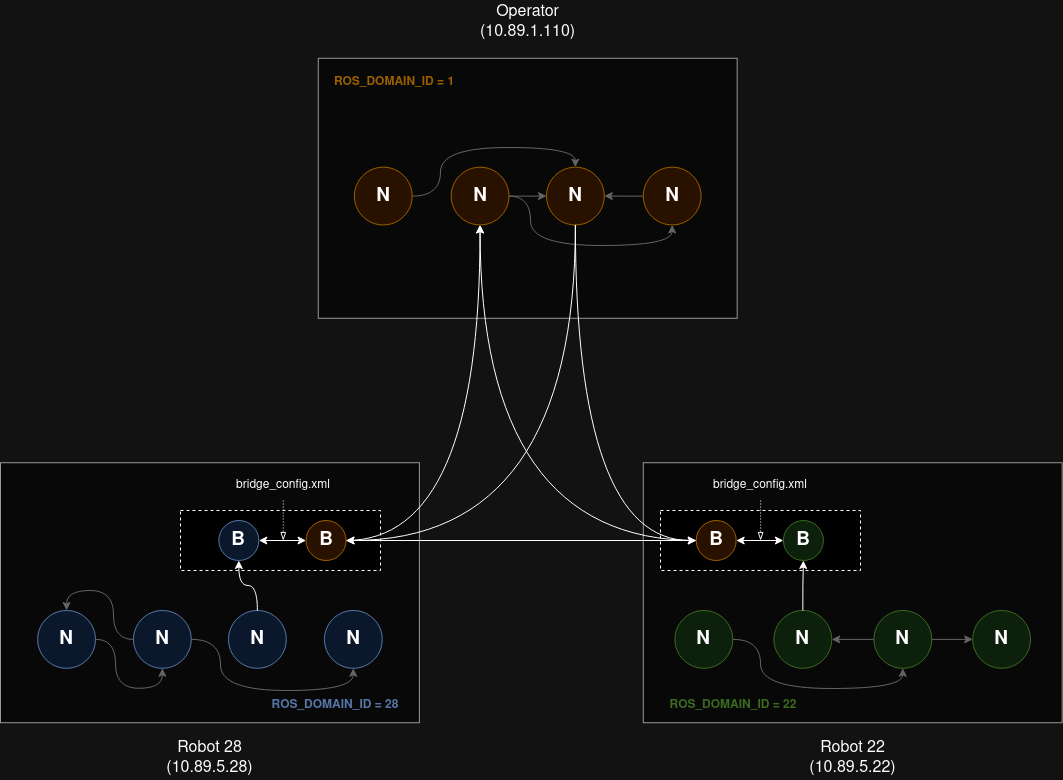
Earlier version of the draw.io export docs/img/architectures/domain_id_architecture.png (imt-mobisyst/pkg-multibot). Source tidied: cells renumbered, new cells last; positions are measured from the earlier drawing's top-left corner, leaving out a move shared by most shapes.
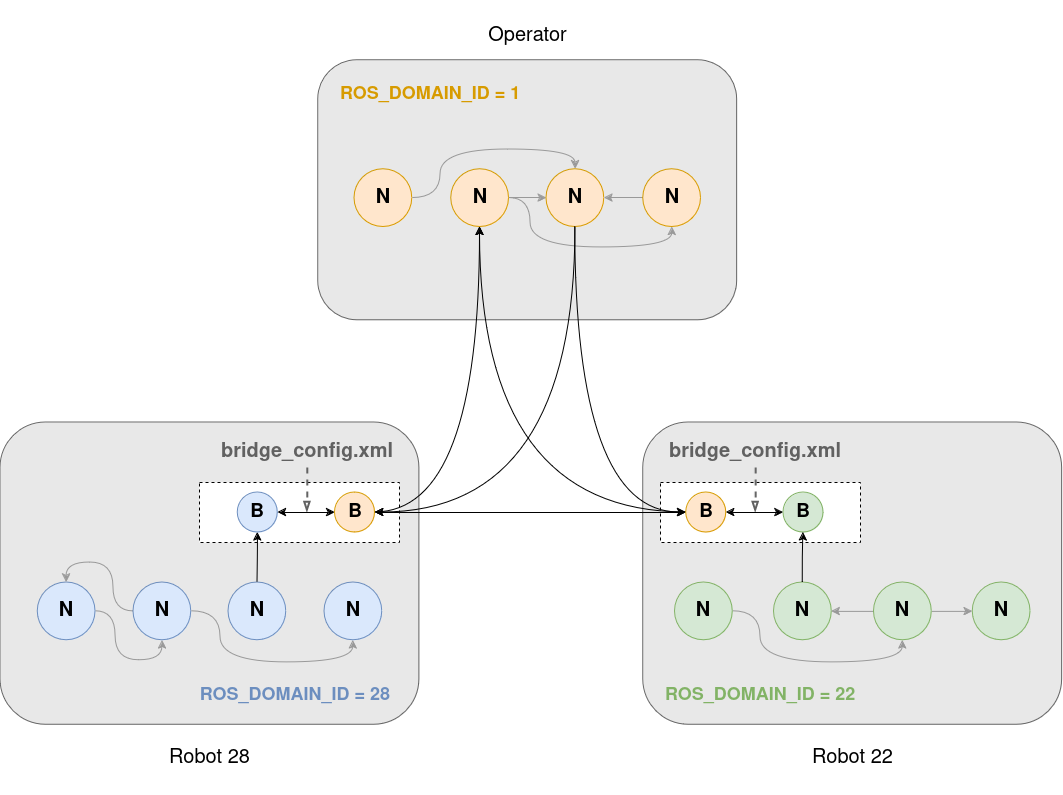
After the commit.

The edit, as a diff of the source:
```diff
@@ -2,16 +2,16 @@
   <root>
     <mxCell id="0" />
     <mxCell id="1" parent="0" />
-    <mxCell id="2" style="rounded=0;whiteSpace=wrap;html=1;fillColor=#f5f5f5;fontColor=#333333;strokeColor=#666666;" parent="1" vertex="1">
+    <mxCell id="2" style="rounded=1;whiteSpace=wrap;html=1;fillColor=#E8E8E8;fontColor=#333333;strokeColor=#666666;" parent="1" vertex="1">
       <mxGeometry x="317.8" y="57.8" width="418.9" height="260" as="geometry" />
     </mxCell>
-    <mxCell id="3" style="rounded=0;whiteSpace=wrap;html=1;fillColor=#f5f5f5;fontColor=#333333;strokeColor=#666666;" parent="1" vertex="1">
-      <mxGeometry y="462.2" width="418.9" height="260" as="geometry" />
+    <mxCell id="3" style="rounded=1;whiteSpace=wrap;html=1;fillColor=#E8E8E8;fontColor=#333333;strokeColor=#666666;" parent="1" vertex="1">
+      <mxGeometry y="420" width="418.9" height="302.2" as="geometry" />
     </mxCell>
-    <mxCell id="4" value="Robot 28 (10.89.5.28)" style="text;html=1;align=center;verticalAlign=middle;whiteSpace=wrap;rounded=0;fontSize=16;" parent="1" vertex="1">
-      <mxGeometry x="166.1" y="736.7" width="86.7" height="43.3" as="geometry" />
+    <mxCell id="4" value="&lt;div style=&quot;font-size: 20px;&quot;&gt;Robot 28&lt;/div&gt;&lt;div style=&quot;font-size: 20px;&quot;&gt;&lt;br style=&quot;font-size: 20px;&quot;&gt;&lt;/div&gt;" style="text;html=1;align=center;verticalAlign=middle;whiteSpace=wrap;rounded=0;fontSize=20;" parent="1" vertex="1">
+      <mxGeometry x="166.1" y="746.7" width="86.7" height="43.3" as="geometry" />
     </mxCell>
-    <mxCell id="5" value="&lt;div style=&quot;font-size: 16px;&quot;&gt;Operator&lt;/div&gt;&lt;div style=&quot;font-size: 16px;&quot;&gt;(10.89.1.110)&lt;br style=&quot;font-size: 16px;&quot;&gt;&lt;/div&gt;" style="text;html=1;align=center;verticalAlign=middle;whiteSpace=wrap;rounded=0;fontSize=16;" parent="1" vertex="1">
+    <mxCell id="5" value="&lt;div style=&quot;font-size: 20px;&quot;&gt;&lt;br style=&quot;font-size: 20px;&quot;&gt;&lt;/div&gt;&lt;div style=&quot;font-size: 20px;&quot;&gt;Operator&lt;/div&gt;" style="text;html=1;align=center;verticalAlign=middle;whiteSpace=wrap;rounded=0;fontSize=20;" parent="1" vertex="1">
       <mxGeometry x="483.9" width="86.7" height="43.3" as="geometry" />
     </mxCell>
     <mxCell id="6" style="edgeStyle=orthogonalEdgeStyle;rounded=0;jettySize=auto;html=1;entryX=0.5;entryY=0;entryDx=0;entryDy=0;curved=1;strokeColor=#999999;" parent="1" edge="1" source="7" target="11">
@@ -23,7 +23,7 @@
         </Array>
       </mxGeometry>
     </mxCell>
-    <mxCell id="7" value="N" style="ellipse;whiteSpace=wrap;html=1;fillColor=#ffe6cc;strokeColor=#d79b00;fontStyle=1;fontSize=19;" parent="1" vertex="1">
+    <mxCell id="7" value="N" style="ellipse;whiteSpace=wrap;html=1;fillColor=#ffe6cc;strokeColor=#d79b00;fontStyle=1;fontSize=20;" parent="1" vertex="1">
       <mxGeometry x="353.9" y="166.7" width="57.8" height="57.8" as="geometry" />
     </mxCell>
     <mxCell id="8" style="edgeStyle=orthogonalEdgeStyle;rounded=0;jettySize=auto;html=1;entryX=0;entryY=0.5;entryDx=0;entryDy=0;strokeColor=#999999;" parent="1" edge="1" source="10" target="11">
@@ -38,23 +38,23 @@
         </Array>
       </mxGeometry>
     </mxCell>
-    <mxCell id="10" value="N" style="ellipse;whiteSpace=wrap;html=1;fillColor=#ffe6cc;strokeColor=#d79b00;fontStyle=1;fontSize=19;" parent="1" vertex="1">
+    <mxCell id="10" value="N" style="ellipse;whiteSpace=wrap;html=1;fillColor=#ffe6cc;strokeColor=#d79b00;fontStyle=1;fontSize=20;" parent="1" vertex="1">
       <mxGeometry x="450.7" y="166.7" width="57.8" height="57.8" as="geometry" />
     </mxCell>
-    <mxCell id="11" value="N" style="ellipse;whiteSpace=wrap;html=1;fillColor=#ffe6cc;strokeColor=#d79b00;fontStyle=1;fontSize=19;" parent="1" vertex="1">
+    <mxCell id="11" value="N" style="ellipse;whiteSpace=wrap;html=1;fillColor=#ffe6cc;strokeColor=#d79b00;fontStyle=1;fontSize=20;" parent="1" vertex="1">
       <mxGeometry x="546" y="166.7" width="57.8" height="57.8" as="geometry" />
     </mxCell>
     <mxCell id="12" style="edgeStyle=orthogonalEdgeStyle;rounded=0;jettySize=auto;html=1;entryX=1;entryY=0.5;entryDx=0;entryDy=0;strokeColor=#999999;" parent="1" edge="1" source="13" target="11">
       <mxGeometry relative="1" as="geometry" />
     </mxCell>
-    <mxCell id="13" value="N" style="ellipse;whiteSpace=wrap;html=1;fillColor=#ffe6cc;strokeColor=#d79b00;fontStyle=1;fontSize=19;" parent="1" vertex="1">
+    <mxCell id="13" value="N" style="ellipse;whiteSpace=wrap;html=1;fillColor=#ffe6cc;strokeColor=#d79b00;fontStyle=1;fontSize=20;" parent="1" vertex="1">
       <mxGeometry x="642.8" y="166.7" width="57.8" height="57.8" as="geometry" />
     </mxCell>
     <mxCell id="14" style="edgeStyle=orthogonalEdgeStyle;rounded=0;jettySize=auto;html=1;entryX=0.5;entryY=1;entryDx=0;entryDy=0;curved=1;strokeColor=#999999;" parent="1" edge="1" source="15" target="18">
       <mxGeometry relative="1" as="geometry" />
     </mxCell>
-    <mxCell id="15" value="N" style="ellipse;whiteSpace=wrap;html=1;fillColor=#dae8fc;strokeColor=#6c8ebf;fontStyle=1;fontSize=19;" parent="1" vertex="1">
-      <mxGeometry x="37.2" y="610" width="57.8" height="57.8" as="geometry" />
+    <mxCell id="15" value="N" style="ellipse;whiteSpace=wrap;html=1;fillColor=#dae8fc;strokeColor=#6c8ebf;fontStyle=1;fontSize=20;" parent="1" vertex="1">
+      <mxGeometry x="37.2" y="580" width="57.8" height="57.8" as="geometry" />
     </mxCell>
     <mxCell id="16" style="edgeStyle=orthogonalEdgeStyle;rounded=0;jettySize=auto;html=1;entryX=0.5;entryY=0;entryDx=0;entryDy=0;curved=1;strokeColor=#999999;" parent="1" edge="1" source="18" target="15">
       <mxGeometry relative="1" as="geometry" />
@@ -62,41 +62,41 @@
     <mxCell id="17" style="edgeStyle=orthogonalEdgeStyle;rounded=0;jettySize=auto;html=1;entryX=0.5;entryY=1;entryDx=0;entryDy=0;curved=1;strokeColor=#999999;" parent="1" edge="1" source="18" target="20">
       <mxGeometry relative="1" as="geometry">
         <Array as="points">
-          <mxPoint x="220" y="639" />
-          <mxPoint x="220" y="690" />
-          <mxPoint x="353" y="690" />
+          <mxPoint x="220" y="609" />
+          <mxPoint x="220" y="660" />
+          <mxPoint x="353" y="660" />
         </Array>
       </mxGeometry>
     </mxCell>
-    <mxCell id="18" value="N" style="ellipse;whiteSpace=wrap;html=1;fillColor=#dae8fc;strokeColor=#6c8ebf;fontStyle=1;fontSize=19;" parent="1" vertex="1">
-      <mxGeometry x="133" y="610" width="57.8" height="57.8" as="geometry" />
+    <mxCell id="18" value="N" style="ellipse;whiteSpace=wrap;html=1;fillColor=#dae8fc;strokeColor=#6c8ebf;fontStyle=1;fontSize=20;" parent="1" vertex="1">
+      <mxGeometry x="133" y="580" width="57.8" height="57.8" as="geometry" />
     </mxCell>
-    <mxCell id="19" value="N" style="ellipse;whiteSpace=wrap;html=1;fillColor=#dae8fc;strokeColor=#6c8ebf;gradientDirection=west;fontStyle=1;fontSize=19;" parent="1" vertex="1">
-      <mxGeometry x="228" y="610" width="57.8" height="57.8" as="geometry" />
+    <mxCell id="19" value="N" style="ellipse;whiteSpace=wrap;html=1;fillColor=#dae8fc;strokeColor=#6c8ebf;gradientDirection=west;fontStyle=1;fontSize=20;" parent="1" vertex="1">
+      <mxGeometry x="228" y="580" width="57.8" height="57.8" as="geometry" />
     </mxCell>
-    <mxCell id="20" value="N" style="ellipse;whiteSpace=wrap;html=1;fillColor=#dae8fc;strokeColor=#6c8ebf;gradientDirection=west;fontSize=19;fontStyle=1;" parent="1" vertex="1">
-      <mxGeometry x="324" y="610" width="57.8" height="57.8" as="geometry" />
+    <mxCell id="20" value="N" style="ellipse;whiteSpace=wrap;html=1;fillColor=#dae8fc;strokeColor=#6c8ebf;gradientDirection=west;fontSize=20;fontStyle=1;" parent="1" vertex="1">
+      <mxGeometry x="324" y="580" width="57.8" height="57.8" as="geometry" />
     </mxCell>
-    <mxCell id="21" style="rounded=0;whiteSpace=wrap;html=1;fillColor=#f5f5f5;fontColor=#333333;strokeColor=#666666;" parent="1" vertex="1">
-      <mxGeometry x="642.8" y="462.2" width="418.9" height="260" as="geometry" />
+    <mxCell id="21" style="rounded=1;whiteSpace=wrap;html=1;fillColor=#E8E8E8;fontColor=#333333;strokeColor=#666666;" parent="1" vertex="1">
+      <mxGeometry x="642.8" y="420" width="418.9" height="302.2" as="geometry" />
     </mxCell>
-    <mxCell id="22" value="Robot 22 (10.89.5.22)" style="text;html=1;align=center;verticalAlign=middle;whiteSpace=wrap;rounded=0;fontSize=16;" parent="1" vertex="1">
-      <mxGeometry x="808.9" y="736.7" width="86.7" height="43.3" as="geometry" />
+    <mxCell id="22" value="&lt;div style=&quot;font-size: 20px;&quot;&gt;Robot 22&lt;/div&gt;&lt;div style=&quot;font-size: 20px;&quot;&gt;&lt;br style=&quot;font-size: 20px;&quot;&gt;&lt;/div&gt;" style="text;html=1;align=center;verticalAlign=middle;whiteSpace=wrap;rounded=0;fontSize=20;" parent="1" vertex="1">
+      <mxGeometry x="808.9" y="746.7" width="86.7" height="43.3" as="geometry" />
     </mxCell>
     <mxCell id="23" style="edgeStyle=orthogonalEdgeStyle;rounded=0;jettySize=auto;html=1;entryX=0.5;entryY=1;entryDx=0;entryDy=0;curved=1;strokeColor=#999999;" parent="1" edge="1" source="24" target="28">
       <mxGeometry relative="1" as="geometry">
         <Array as="points">
-          <mxPoint x="760" y="639" />
-          <mxPoint x="760" y="688" />
-          <mxPoint x="902" y="688" />
+          <mxPoint x="760" y="609" />
+          <mxPoint x="760" y="660" />
+          <mxPoint x="902" y="660" />
         </Array>
       </mxGeometry>
     </mxCell>
-    <mxCell id="24" value="N" style="ellipse;whiteSpace=wrap;html=1;fillColor=#d5e8d4;strokeColor=#82b366;gradientDirection=east;fontStyle=1;fontSize=19;" parent="1" vertex="1">
-      <mxGeometry x="674.5" y="610" width="57.8" height="57.8" as="geometry" />
+    <mxCell id="24" value="N" style="ellipse;whiteSpace=wrap;html=1;fillColor=#d5e8d4;strokeColor=#82b366;gradientDirection=east;fontStyle=1;fontSize=20;" parent="1" vertex="1">
+      <mxGeometry x="674.5" y="580" width="57.8" height="57.8" as="geometry" />
     </mxCell>
-    <mxCell id="25" value="N" style="ellipse;whiteSpace=wrap;html=1;fillColor=#d5e8d4;strokeColor=#82b366;gradientDirection=east;fontStyle=1;fontSize=19;" parent="1" vertex="1">
-      <mxGeometry x="773.5" y="610" width="57.8" height="57.8" as="geometry" />
+    <mxCell id="25" value="N" style="ellipse;whiteSpace=wrap;html=1;fillColor=#d5e8d4;strokeColor=#82b366;gradientDirection=east;fontStyle=1;fontSize=20;" parent="1" vertex="1">
+      <mxGeometry x="773.5" y="580" width="57.8" height="57.8" as="geometry" />
     </mxCell>
     <mxCell id="26" style="edgeStyle=orthogonalEdgeStyle;rounded=0;jettySize=auto;html=1;strokeColor=#999999;" parent="1" edge="1" source="28" target="29">
       <mxGeometry relative="1" as="geometry" />
@@ -104,29 +104,29 @@
     <mxCell id="27" style="edgeStyle=orthogonalEdgeStyle;rounded=0;jettySize=auto;html=1;entryX=1;entryY=0.5;entryDx=0;entryDy=0;strokeColor=#999999;" parent="1" edge="1" source="28" target="25">
       <mxGeometry relative="1" as="geometry" />
     </mxCell>
-    <mxCell id="28" value="N" style="ellipse;whiteSpace=wrap;html=1;fillColor=#d5e8d4;strokeColor=#82b366;fontStyle=1;fontSize=19;" parent="1" vertex="1">
-      <mxGeometry x="873.5" y="610" width="57.8" height="57.8" as="geometry" />
+    <mxCell id="28" value="N" style="ellipse;whiteSpace=wrap;html=1;fillColor=#d5e8d4;strokeColor=#82b366;fontStyle=1;fontSize=20;" parent="1" vertex="1">
+      <mxGeometry x="873.5" y="580" width="57.8" height="57.8" as="geometry" />
     </mxCell>
-    <mxCell id="29" value="N" style="ellipse;whiteSpace=wrap;html=1;fillColor=#d5e8d4;strokeColor=#82b366;fontStyle=1;fontSize=19;" parent="1" vertex="1">
-      <mxGeometry x="972.2" y="610" width="57.8" height="57.8" as="geometry" />
+    <mxCell id="29" value="N" style="ellipse;whiteSpace=wrap;html=1;fillColor=#d5e8d4;strokeColor=#82b366;fontStyle=1;fontSize=20;" parent="1" vertex="1">
+      <mxGeometry x="972.2" y="580" width="57.8" height="57.8" as="geometry" />
     </mxCell>
-    <mxCell id="30" value="ROS_DOMAIN_ID = 1" style="text;html=1;align=center;verticalAlign=middle;whiteSpace=wrap;rounded=0;fontStyle=1;fontColor=#D79B00;" parent="1" vertex="1">
-      <mxGeometry x="317.8" y="67" width="152.2" height="30" as="geometry" />
+    <mxCell id="30" value="ROS_DOMAIN_ID = 1" style="text;html=1;align=left;verticalAlign=middle;whiteSpace=wrap;rounded=0;fontStyle=1;fontColor=#D79B00;fontSize=18;" parent="1" vertex="1">
+      <mxGeometry x="337.8" y="77" width="232.2" height="30" as="geometry" />
     </mxCell>
-    <mxCell id="31" value="ROS_DOMAIN_ID = 28" style="text;html=1;align=center;verticalAlign=middle;whiteSpace=wrap;rounded=0;fontStyle=1;fontColor=#6C8EBF;" parent="1" vertex="1">
-      <mxGeometry x="259.4" y="690" width="152.2" height="30" as="geometry" />
+    <mxCell id="31" value="ROS_DOMAIN_ID = 28" style="text;html=1;align=right;verticalAlign=middle;whiteSpace=wrap;rounded=0;fontStyle=1;fontColor=#6C8EBF;fontSize=18;" parent="1" vertex="1">
+      <mxGeometry x="190" y="678" width="201.7" height="30" as="geometry" />
     </mxCell>
-    <mxCell id="32" value="&lt;div&gt;ROS_DOMAIN_ID = 22&lt;/div&gt;" style="text;html=1;align=center;verticalAlign=middle;whiteSpace=wrap;rounded=0;fontStyle=1;fontColor=#82B366;" parent="1" vertex="1">
-      <mxGeometry x="656.7" y="690" width="152.2" height="30" as="geometry" />
+    <mxCell id="32" value="&lt;div style=&quot;font-size: 18px;&quot;&gt;ROS_DOMAIN_ID = 22&lt;/div&gt;" style="text;html=1;align=left;verticalAlign=middle;whiteSpace=wrap;rounded=0;fontStyle=1;fontColor=#82B366;fontSize=18;" parent="1" vertex="1">
+      <mxGeometry x="663.5" y="678" width="193.3" height="30" as="geometry" />
     </mxCell>
     <mxCell id="33" style="rounded=0;whiteSpace=wrap;html=1;dashed=1;" parent="1" vertex="1">
-      <mxGeometry x="180" y="510" width="200" height="60" as="geometry" />
+      <mxGeometry x="199" y="480" width="200" height="60" as="geometry" />
     </mxCell>
     <mxCell id="34" style="rounded=0;jettySize=auto;html=1;entryX=0.5;entryY=1;entryDx=0;entryDy=0;edgeStyle=orthogonalEdgeStyle;curved=1;" parent="1" edge="1" source="35" target="10">
       <mxGeometry relative="1" as="geometry" />
     </mxCell>
     <mxCell id="35" value="B" style="ellipse;whiteSpace=wrap;html=1;fillColor=#ffe6cc;strokeColor=#d79b00;fontStyle=1;fontSize=19;" parent="1" vertex="1">
-      <mxGeometry x="305.6" y="520" width="40" height="40" as="geometry" />
+      <mxGeometry x="334.6" y="490" width="40" height="40" as="geometry" />
     </mxCell>
     <mxCell id="36" style="edgeStyle=orthogonalEdgeStyle;rounded=0;jettySize=auto;html=1;startArrow=classic;startFill=1;" parent="1" edge="1" source="38" target="35">
       <mxGeometry relative="1" as="geometry" />
@@ -135,21 +135,21 @@
       <mxGeometry relative="1" as="geometry" />
     </mxCell>
     <mxCell id="38" value="B" style="ellipse;whiteSpace=wrap;html=1;fillColor=#dae8fc;strokeColor=#6c8ebf;fontStyle=1;fontSize=19;" parent="1" vertex="1">
-      <mxGeometry x="218.3" y="520" width="40" height="40" as="geometry" />
+      <mxGeometry x="237.3" y="490" width="40" height="40" as="geometry" />
     </mxCell>
-    <mxCell id="39" style="edgeStyle=orthogonalEdgeStyle;rounded=0;jettySize=auto;html=1;dashed=1;dashPattern=1 2;endArrow=blockThin;endFill=0;" parent="1" edge="1" source="40">
+    <mxCell id="39" style="edgeStyle=orthogonalEdgeStyle;rounded=0;jettySize=auto;html=1;dashed=1;endArrow=blockThin;endFill=0;fontColor=#616161;strokeColor=#616161;strokeWidth=2;" parent="1" edge="1" source="40">
       <mxGeometry relative="1" as="geometry">
-        <mxPoint x="282.8" y="540" as="targetPoint" />
+        <mxPoint x="306.8" y="510" as="targetPoint" />
       </mxGeometry>
     </mxCell>
-    <mxCell id="40" value="bridge_config.xml" style="text;html=1;align=center;verticalAlign=middle;whiteSpace=wrap;rounded=0;" parent="1" vertex="1">
-      <mxGeometry x="252.8" y="470" width="60" height="30" as="geometry" />
+    <mxCell id="40" value="bridge_config.xml" style="text;html=1;align=center;verticalAlign=middle;whiteSpace=wrap;rounded=0;fontColor=#616161;fontSize=20;fontStyle=1;" parent="1" vertex="1">
+      <mxGeometry x="276.8" y="435" width="60" height="30" as="geometry" />
     </mxCell>
     <mxCell id="41" style="rounded=0;whiteSpace=wrap;html=1;dashed=1;" parent="1" vertex="1">
-      <mxGeometry x="660" y="510" width="200" height="60" as="geometry" />
+      <mxGeometry x="660" y="480" width="200" height="60" as="geometry" />
     </mxCell>
     <mxCell id="42" value="B" style="ellipse;whiteSpace=wrap;html=1;fillColor=#d5e8d4;strokeColor=#82b366;fontStyle=1;fontSize=19;" parent="1" vertex="1">
-      <mxGeometry x="782.9" y="520" width="40" height="40" as="geometry" />
+      <mxGeometry x="782.9" y="490" width="40" height="40" as="geometry" />
     </mxCell>
     <mxCell id="43" style="edgeStyle=orthogonalEdgeStyle;rounded=0;jettySize=auto;html=1;startArrow=classic;startFill=1;" parent="1" edge="1" source="45" target="42">
       <mxGeometry relative="1" as="geometry" />
@@ -158,31 +158,27 @@
       <mxGeometry relative="1" as="geometry" />
     </mxCell>
     <mxCell id="45" value="B" style="ellipse;whiteSpace=wrap;html=1;fillColor=#ffe6cc;strokeColor=#d79b00;fontStyle=1;fontSize=19;" parent="1" vertex="1">
-      <mxGeometry x="695.7" y="520" width="40" height="40" as="geometry" />
+      <mxGeometry x="685.7" y="490" width="40" height="40" as="geometry" />
     </mxCell>
-    <mxCell id="46" style="edgeStyle=orthogonalEdgeStyle;rounded=0;jettySize=auto;html=1;dashed=1;dashPattern=1 2;endArrow=blockThin;endFill=0;" parent="1" edge="1" source="47">
+    <mxCell id="46" style="edgeStyle=orthogonalEdgeStyle;rounded=0;jettySize=auto;html=1;dashed=1;endArrow=blockThin;endFill=0;fontColor=#616161;strokeColor=#616161;strokeWidth=2;" parent="1" edge="1" source="47">
       <mxGeometry relative="1" as="geometry">
-        <mxPoint x="760.1" y="540" as="targetPoint" />
+        <mxPoint x="755.1" y="510" as="targetPoint" />
       </mxGeometry>
     </mxCell>
-    <mxCell id="47" value="bridge_config.xml" style="text;html=1;align=center;verticalAlign=middle;whiteSpace=wrap;rounded=0;" parent="1" vertex="1">
-      <mxGeometry x="730.1" y="470" width="60" height="30" as="geometry" />
+    <mxCell id="47" value="bridge_config.xml" style="text;html=1;align=center;verticalAlign=middle;whiteSpace=wrap;rounded=0;fontColor=#616161;fontSize=20;fontStyle=1;" parent="1" vertex="1">
+      <mxGeometry x="725.1" y="435" width="60" height="30" as="geometry" />
     </mxCell>
     <mxCell id="48" style="edgeStyle=orthogonalEdgeStyle;rounded=0;jettySize=auto;html=1;entryX=0.5;entryY=1;entryDx=0;entryDy=0;" parent="1" edge="1" source="25" target="42">
       <mxGeometry relative="1" as="geometry" />
     </mxCell>
-    <mxCell id="49" style="edgeStyle=orthogonalEdgeStyle;rounded=0;jettySize=auto;html=1;entryX=1;entryY=0.5;entryDx=0;entryDy=0;curved=1;exitX=0.5;exitY=1;exitDx=0;exitDy=0;" parent="1" edge="1" source="11" target="35">
-      <mxGeometry relative="1" as="geometry">
-        <Array as="points">
-          <mxPoint x="575" y="540" />
-        </Array>
-      </mxGeometry>
-    </mxCell>
     <mxCell id="50" style="edgeStyle=orthogonalEdgeStyle;rounded=0;jettySize=auto;html=1;entryX=0;entryY=0.5;entryDx=0;entryDy=0;curved=1;exitX=0.5;exitY=1;exitDx=0;exitDy=0;" parent="1" edge="1" source="11" target="45">
       <mxGeometry relative="1" as="geometry" />
     </mxCell>
     <mxCell id="51" style="edgeStyle=orthogonalEdgeStyle;rounded=0;jettySize=auto;html=1;entryX=0;entryY=0.5;entryDx=0;entryDy=0;startArrow=classic;startFill=1;" parent="1" edge="1" source="35" target="45">
       <mxGeometry relative="1" as="geometry" />
     </mxCell>
+    <mxCell id="49" style="edgeStyle=orthogonalEdgeStyle;rounded=0;jettySize=auto;html=1;entryX=1;entryY=0.5;entryDx=0;entryDy=0;curved=1;exitX=0.5;exitY=1;exitDx=0;exitDy=0;" parent="1" edge="1" source="11" target="35">
+      <mxGeometry relative="1" as="geometry" />
+    </mxCell>
   </root>
 </mxGraphModel>
```
